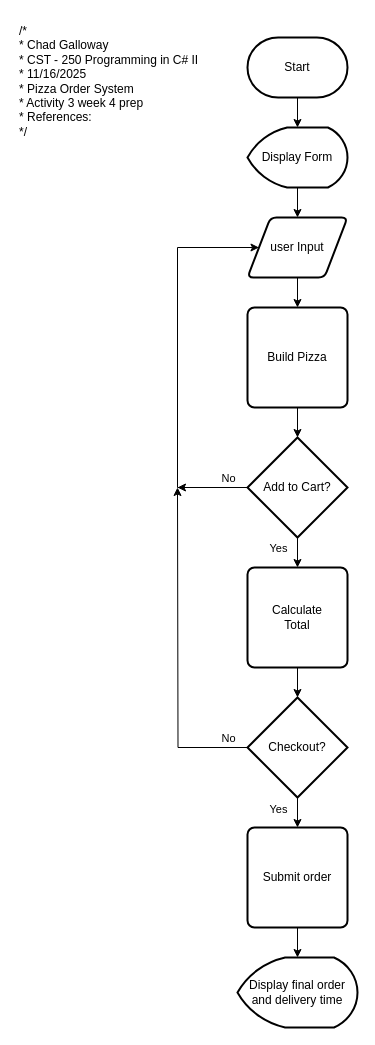
Earlier version of the draw.io diagram Activity4/Pictures/Activity_4_Flowchart.drawio (CGalloway3/CST-250-Projects). Source tidied: cells renumbered, new cells numbered last; positions are measured from the earlier drawing's top-left corner, leaving out a move shared by most shapes. Both pictures are drawn from the tidied source at 100%, with x=0, y=0 at pixel (17, 17).
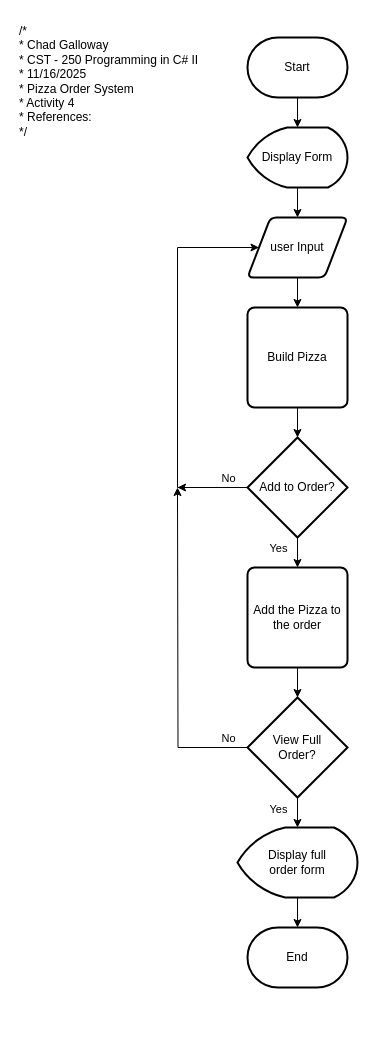
The same page after the edit.

The edit, as a diff of the source:
```diff
@@
-    <mxCell id="2" value="/*&lt;br&gt; * Chad Galloway&lt;br&gt; * CST - 250 Programming in C# II&lt;br&gt; * 11/16/2025&lt;br&gt; * Pizza Order System&lt;br&gt; * Activity 3 week 4 prep&lt;br&gt; * References:&lt;br&gt; */" style="text;whiteSpace=wrap;html=1;" parent="1" vertex="1">
+    <mxCell id="2" value="/*&lt;br&gt; * Chad Galloway&lt;br&gt; * CST - 250 Programming in C# II&lt;br&gt; * 11/16/2025&lt;br&gt; * Pizza Order System&lt;br&gt; * Activity 4&lt;br&gt; * References:&lt;br&gt; */" style="text;whiteSpace=wrap;html=1;" parent="1" vertex="1">
       <mxGeometry width="210" height="130" as="geometry" />
     </mxCell>
@@
-    <mxCell id="14" value="Add to Cart?" style="strokeWidth=2;html=1;shape=mxgraph.flowchart.decision;whiteSpace=wrap;" parent="1" vertex="1">
+    <mxCell id="14" value="Add to Order?" style="strokeWidth=2;html=1;shape=mxgraph.flowchart.decision;whiteSpace=wrap;" parent="1" vertex="1">
       <mxGeometry x="230" y="420" width="100" height="100" as="geometry" />
     </mxCell>
@@
-    <mxCell id="16" value="Calculate&lt;div&gt;Total&lt;/div&gt;" style="rounded=1;whiteSpace=wrap;html=1;absoluteArcSize=1;arcSize=14;strokeWidth=2;" parent="1" vertex="1">
+    <mxCell id="16" value="Add the Pizza to the order" style="rounded=1;whiteSpace=wrap;html=1;absoluteArcSize=1;arcSize=14;strokeWidth=2;" parent="1" vertex="1">
       <mxGeometry x="230" y="550" width="100" height="100" as="geometry" />
     </mxCell>
-    <mxCell id="17" style="edgeStyle=orthogonalEdgeStyle;rounded=0;jettySize=auto;html=1;" parent="1" edge="1" source="18" target="26">
-      <mxGeometry relative="1" as="geometry" />
-    </mxCell>
-    <mxCell id="18" value="Submit order" style="rounded=1;whiteSpace=wrap;html=1;absoluteArcSize=1;arcSize=14;strokeWidth=2;" parent="1" vertex="1">
-      <mxGeometry x="230" y="810" width="100" height="100" as="geometry" />
-    </mxCell>
-    <mxCell id="19" style="edgeStyle=orthogonalEdgeStyle;rounded=0;jettySize=auto;html=1;" parent="1" edge="1" source="23" target="18">
+    <mxCell id="19" style="edgeStyle=orthogonalEdgeStyle;rounded=0;jettySize=auto;html=1;entryX=0.5;entryY=0;entryDx=0;entryDy=0;entryPerimeter=0;" parent="1" edge="1" source="23" target="26">
       <mxGeometry relative="1" as="geometry" />
     </mxCell>
@@
-    <mxCell id="23" value="Checkout?" style="strokeWidth=2;html=1;shape=mxgraph.flowchart.decision;whiteSpace=wrap;" parent="1" vertex="1">
+    <mxCell id="23" value="View Full&lt;div&gt;Order?&lt;/div&gt;" style="strokeWidth=2;html=1;shape=mxgraph.flowchart.decision;whiteSpace=wrap;" parent="1" vertex="1">
       <mxGeometry x="230" y="680" width="100" height="100" as="geometry" />
     </mxCell>
@@
+    <mxCell id="27" style="edgeStyle=orthogonalEdgeStyle;rounded=0;jettySize=auto;html=1;" parent="1" edge="1" source="26" target="28">
+      <mxGeometry relative="1" as="geometry" />
+    </mxCell>
-    <mxCell id="26" value="Display final order and delivery time" style="strokeWidth=2;html=1;shape=mxgraph.flowchart.display;whiteSpace=wrap;" parent="1" vertex="1">
-      <mxGeometry x="220" y="940" width="120" height="70" as="geometry" />
+    <mxCell id="26" value="Display full&lt;div&gt;order form&lt;/div&gt;" style="strokeWidth=2;html=1;shape=mxgraph.flowchart.display;whiteSpace=wrap;" parent="1" vertex="1">
+      <mxGeometry x="220" y="810" width="120" height="70" as="geometry" />
     </mxCell>
+    <mxCell id="28" value="End" style="strokeWidth=2;html=1;shape=mxgraph.flowchart.terminator;whiteSpace=wrap;" parent="1" vertex="1">
+      <mxGeometry x="230" y="910" width="100" height="60" as="geometry" />
+    </mxCell>
```
